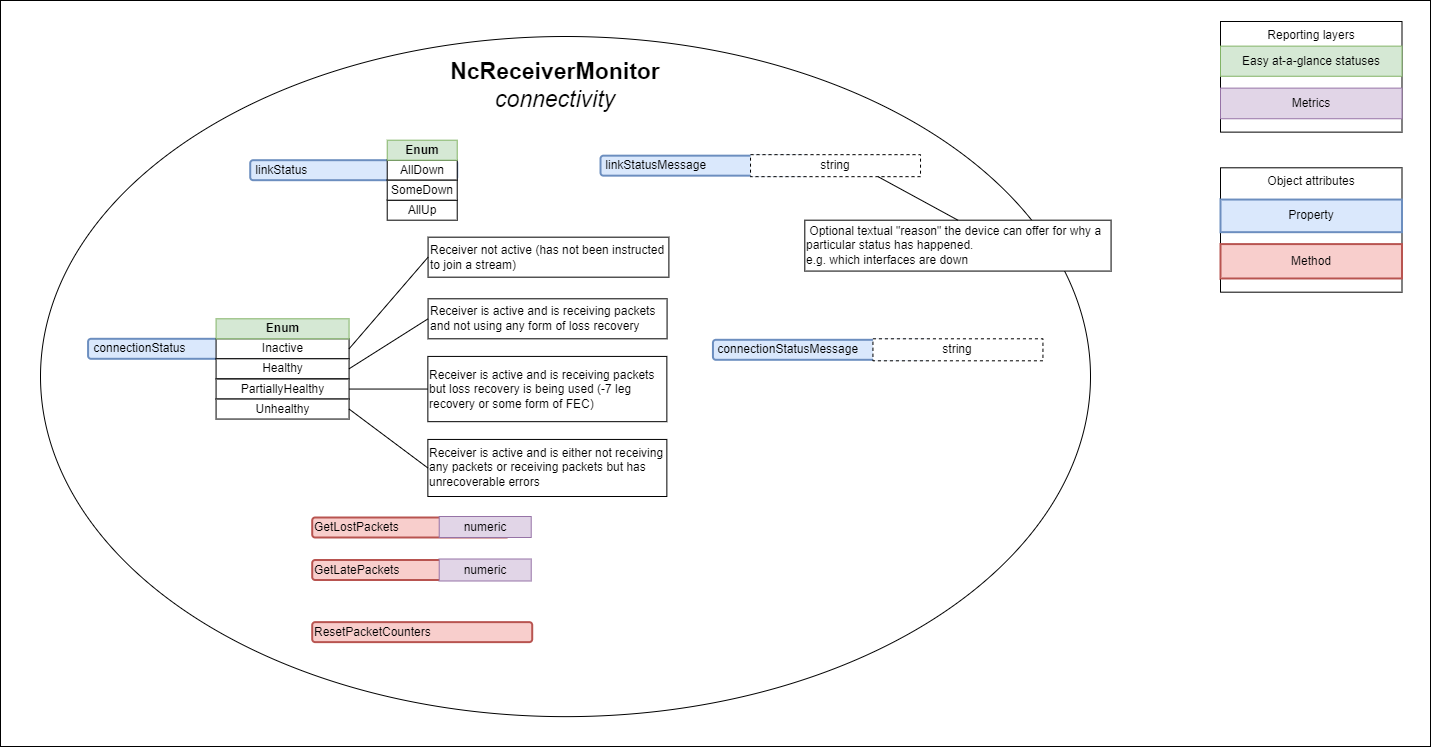
Earlier version of the draw.io export docs/images/receiver-model-connectivity.png (AMWA-TV/bcp-008-01). Source tidied: cells renumbered, new cells last; positions are measured from the earlier drawing's top-left corner, leaving out a move shared by most shapes.
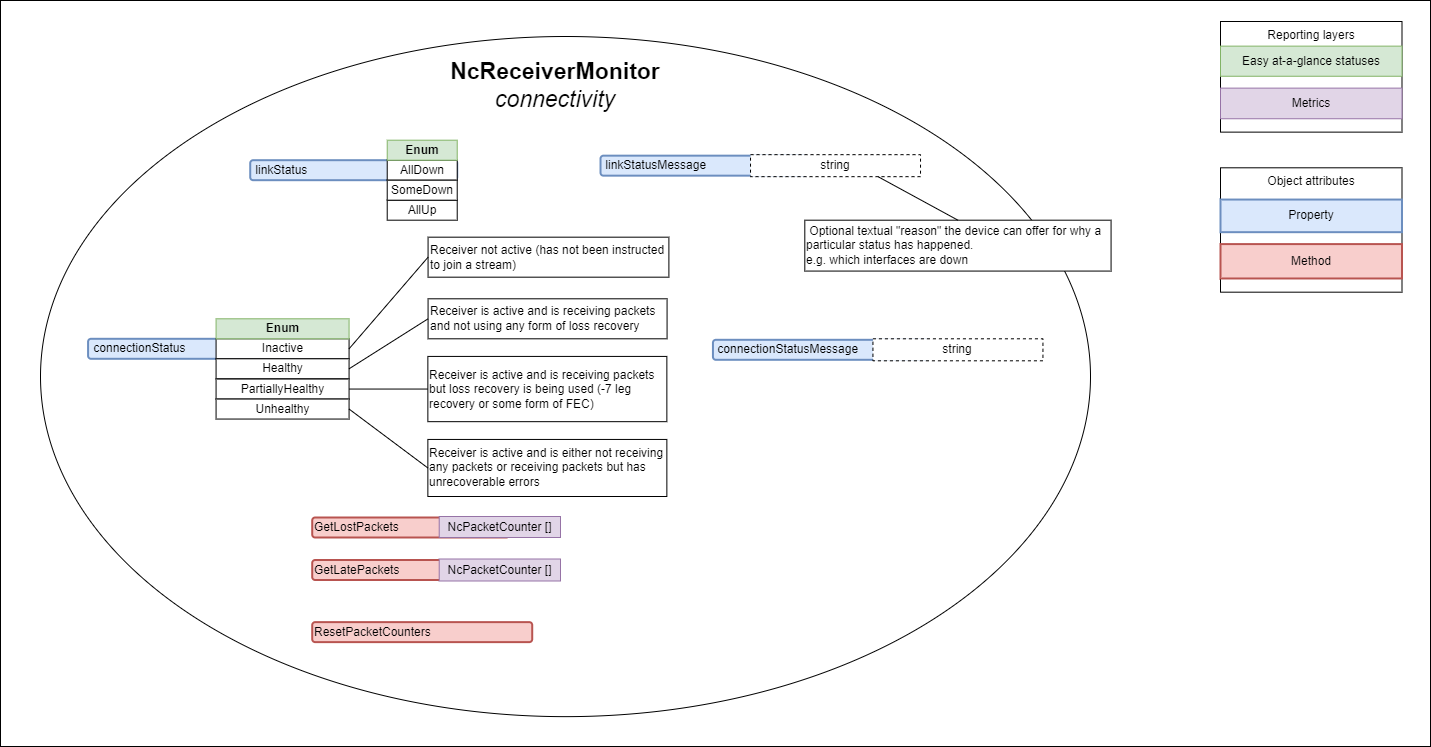
Above is the later version.

Change to the diagram source:
```diff
@@ -65,14 +65,14 @@
     <mxCell id="22" value="GetLostPackets" style="rounded=1;whiteSpace=wrap;html=1;align=left;fillColor=#f8cecc;strokeColor=#b85450;strokeWidth=2;" parent="1" vertex="1">
       <mxGeometry x="311.7" y="517" width="197" height="20" as="geometry" />
     </mxCell>
-    <mxCell id="23" value="numeric" style="rounded=0;whiteSpace=wrap;html=1;fillColor=#e1d5e7;strokeColor=#9673a6;" parent="1" vertex="1">
-      <mxGeometry x="438.7" y="516" width="92" height="21" as="geometry" />
+    <mxCell id="23" value="NcPacketCounter []" style="rounded=0;whiteSpace=wrap;html=1;fillColor=#e1d5e7;strokeColor=#9673a6;" parent="1" vertex="1">
+      <mxGeometry x="438.7" y="516" width="121.3" height="21" as="geometry" />
     </mxCell>
     <mxCell id="24" value="GetLatePackets" style="rounded=1;whiteSpace=wrap;html=1;align=left;fillColor=#f8cecc;strokeColor=#b85450;strokeWidth=2;" parent="1" vertex="1">
       <mxGeometry x="311.7" y="559.5" width="197" height="20" as="geometry" />
     </mxCell>
-    <mxCell id="25" value="numeric" style="rounded=0;whiteSpace=wrap;html=1;fillColor=#e1d5e7;strokeColor=#9673a6;" parent="1" vertex="1">
-      <mxGeometry x="438.7" y="558.5" width="92" height="22" as="geometry" />
+    <mxCell id="25" value="NcPacketCounter []" style="rounded=0;whiteSpace=wrap;html=1;fillColor=#e1d5e7;strokeColor=#9673a6;" parent="1" vertex="1">
+      <mxGeometry x="438.7" y="558.5" width="121.3" height="22" as="geometry" />
     </mxCell>
     <mxCell id="26" value="Receiver not active (has not been instructed to join a stream)" style="text;html=1;strokeColor=default;fillColor=default;align=left;verticalAlign=middle;whiteSpace=wrap;rounded=0;" parent="1" vertex="1">
       <mxGeometry x="427.6" y="236.7" width="240.8" height="40" as="geometry" />
```
